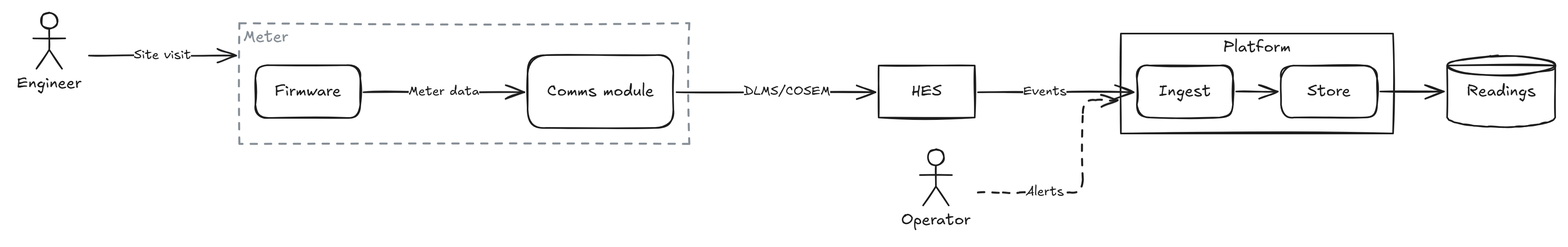
Before: docs/images/smart-metering.png, a diagram exported from Excalidraw (markbac/arch-text). Source tidied: one line per element, renumbered; positions are measured from the earlier drawing's top-left corner, leaving out a move shared by most shapes.
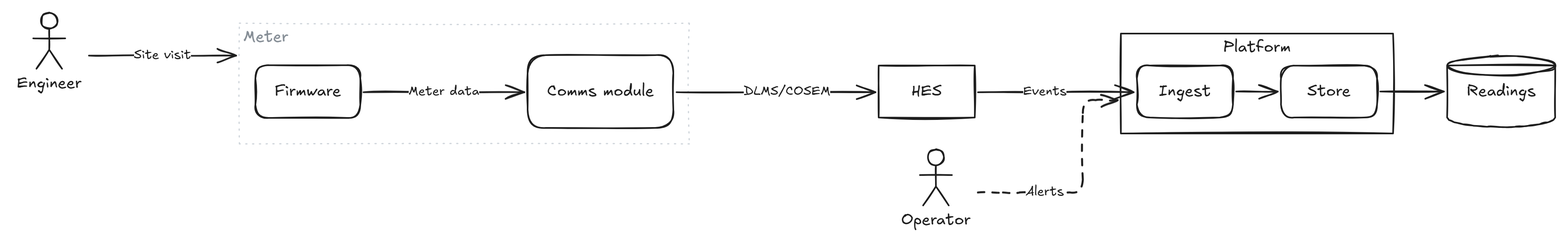
Later version of the same file.

What changed in the source:
```diff
@@ -1,4 +1,4 @@
-{"id": 0, "type": "rectangle", "strokeColor": "#868e96", "strokeWidth": 2, "strokeStyle": "dashed", "roughness": 1, "x": 283, "y": 13, "width": 562, "height": 151}
+{"id": 0, "type": "rectangle", "strokeColor": "#ced4da", "strokeWidth": 1, "strokeStyle": "dotted", "roughness": 1, "x": 283, "y": 13, "width": 562, "height": 151}
 {"id": 1, "type": "text", "text": "Meter", "strokeColor": "#868e96", "strokeWidth": 2, "roughness": 1, "fontSize": 20, "fontFamily": 5, "inside": 0, "x": 288, "y": 18, "width": 56, "height": 25}
 {"id": 2, "type": "rectangle", "strokeColor": "#1e1e1e", "strokeWidth": 2, "roughness": 1, "round": true, "x": 303, "y": 66, "width": 131, "height": 66}
 {"id": 3, "type": "text", "text": "Firmware", "strokeColor": "#1e1e1e", "strokeWidth": 2, "roughness": 1, "fontSize": 20, "fontFamily": 5, "textAlign": "center", "verticalAlign": "middle", "inside": 2, "x": 327, "y": 86, "width": 83, "height": 25}
```
